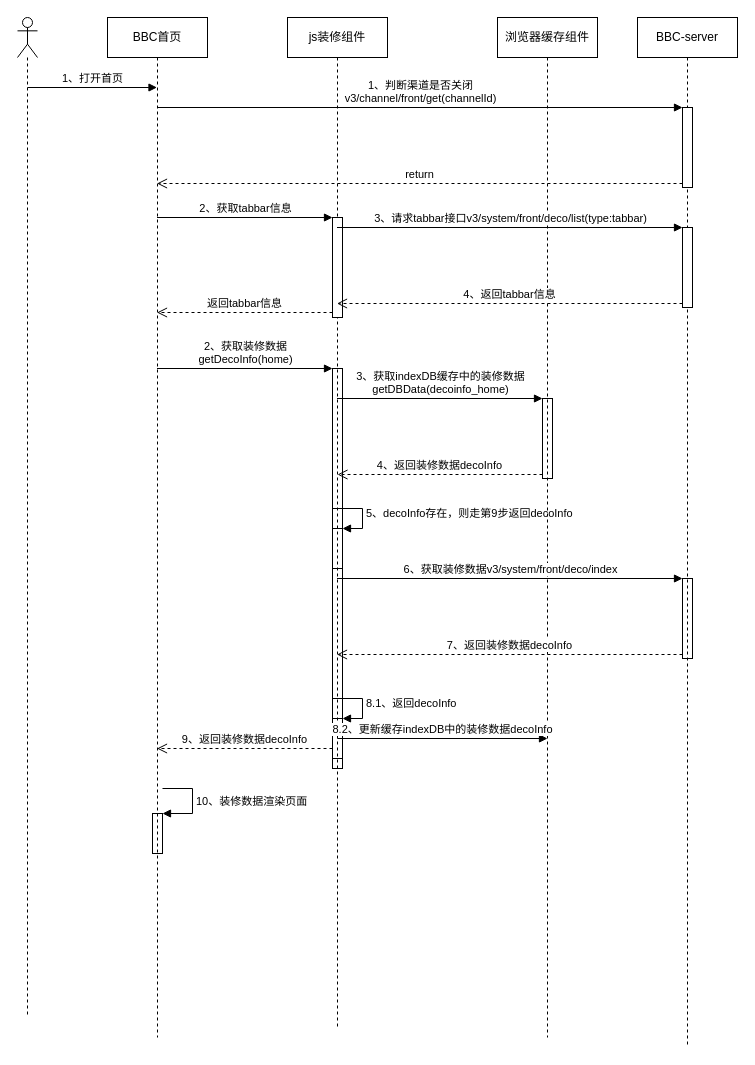
Above: page "BBC首页加载流程" (4 of 5) of B+流程图.drawio in huturenji/drawio (draw.io), before the change. Source tidied: cells renumbered, new cells numbered last; positions are measured from the earlier drawing's top-left corner, leaving out a move shared by most shapes. Both pictures are drawn from the tidied source at 100%, with x=0, y=0 at pixel (17, 17).
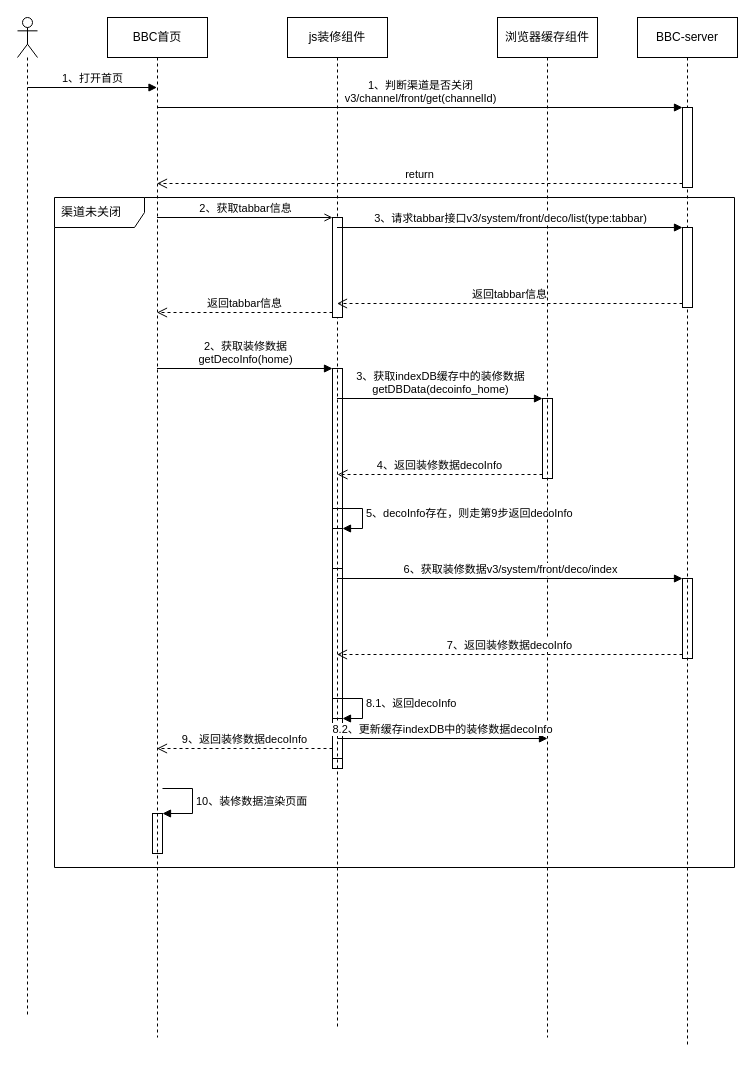
The same diagram, later.

Commit message:
更新B+流程图.drawio

The change refers to these unchanged cells:
```xml
<mxCell id="4" value="BBC首页" style="shape=umlLifeline;perimeter=lifelinePerimeter;whiteSpace=wrap;html=1;outlineConnect=0;fillColor=none;" parent="1" vertex="1">
  <mxGeometry x="90" width="100" height="1020" as="geometry" />
</mxCell>
<mxCell id="7" value="js装修组件" style="shape=umlLifeline;perimeter=lifelinePerimeter;whiteSpace=wrap;html=1;outlineConnect=0;fillColor=none;" parent="1" vertex="1">
  <mxGeometry x="270" width="100" height="1010" as="geometry" />
</mxCell>
<mxCell id="13" style="html=1;points=[];perimeter=orthogonalPerimeter;" parent="7" vertex="1">
  <mxGeometry x="45" y="200" width="10" height="100" as="geometry" />
</mxCell>
<mxCell id="17" style="html=1;points=[];perimeter=orthogonalPerimeter;" parent="14" vertex="1">
  <mxGeometry x="45" y="210" width="10" height="80" as="geometry" />
</mxCell>
```

What changed in the source:
```diff
@@
+    <mxCell id="33" value="渠道未关闭" style="shape=umlFrame;whiteSpace=wrap;html=1;width=90;height=30;boundedLbl=1;verticalAlign=middle;align=left;spacingLeft=5;" parent="1" vertex="1">
+      <mxGeometry x="37" y="180" width="680" height="670" as="geometry" />
+    </mxCell>
@@
-    <mxCell id="29" value="2、获取tabbar信息" style="html=1;verticalAlign=bottom;endArrow=block;entryX=0;entryY=0;rounded=0;" parent="1" edge="1" source="4" target="13">
+    <mxCell id="29" value="2、获取tabbar信息" style="html=1;verticalAlign=bottom;endArrow=open;entryX=0;entryY=0;rounded=0;endFill=0;" parent="1" edge="1" source="4" target="13">
       <mxGeometry relative="1" as="geometry" />
     </mxCell>
@@
-    <mxCell id="32" value="4、返回tabbar信息" style="html=1;verticalAlign=bottom;endArrow=open;dashed=1;endSize=8;exitX=0;exitY=0.95;rounded=0;" parent="1" edge="1" source="17" target="7">
+    <mxCell id="32" value="返回tabbar信息" style="html=1;verticalAlign=bottom;endArrow=open;dashed=1;endSize=8;exitX=0;exitY=0.95;rounded=0;" parent="1" edge="1" source="17" target="7">
       <mxGeometry relative="1" as="geometry" />
     </mxCell>
```
